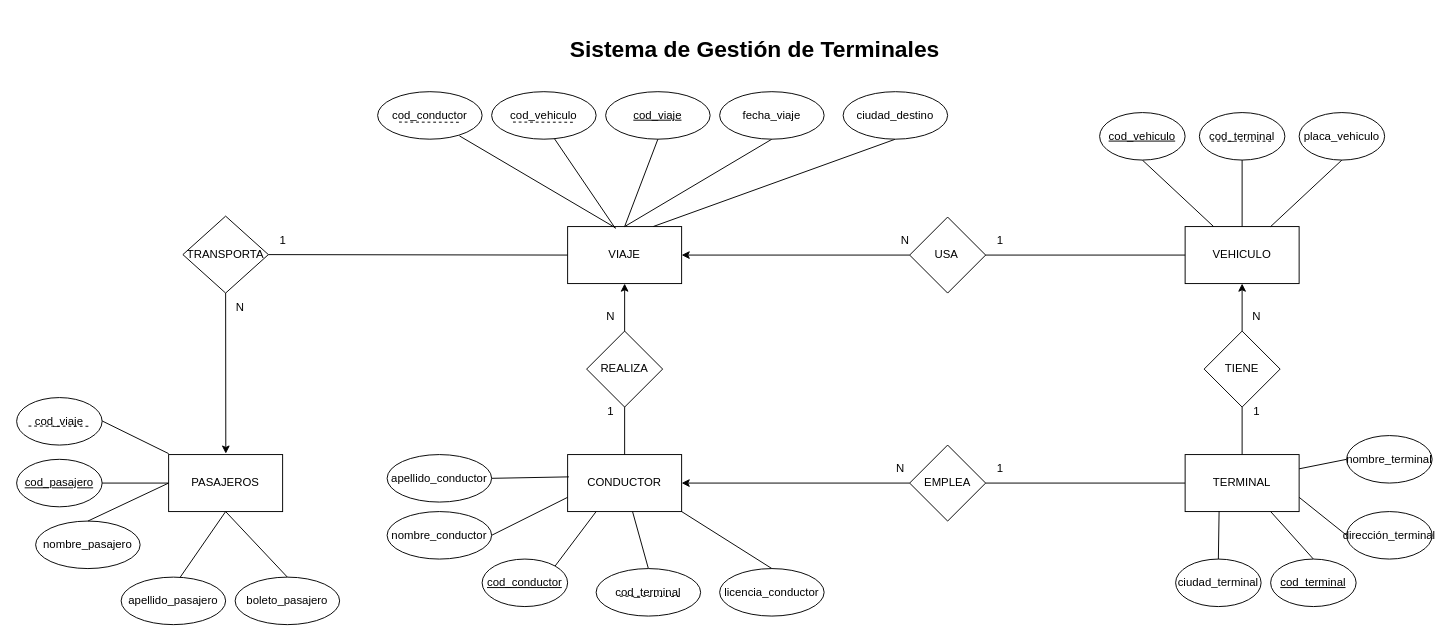
Above: MER.drawio in Vladimirjon/Proyecto_BDD (draw.io), before the change. Source tidied: cells renumbered, new cells numbered last; positions are measured from the earlier drawing's top-left corner, leaving out a move shared by most shapes. Both pictures are drawn from the tidied source at 95%, with x=0, y=0 at pixel (16, 16).
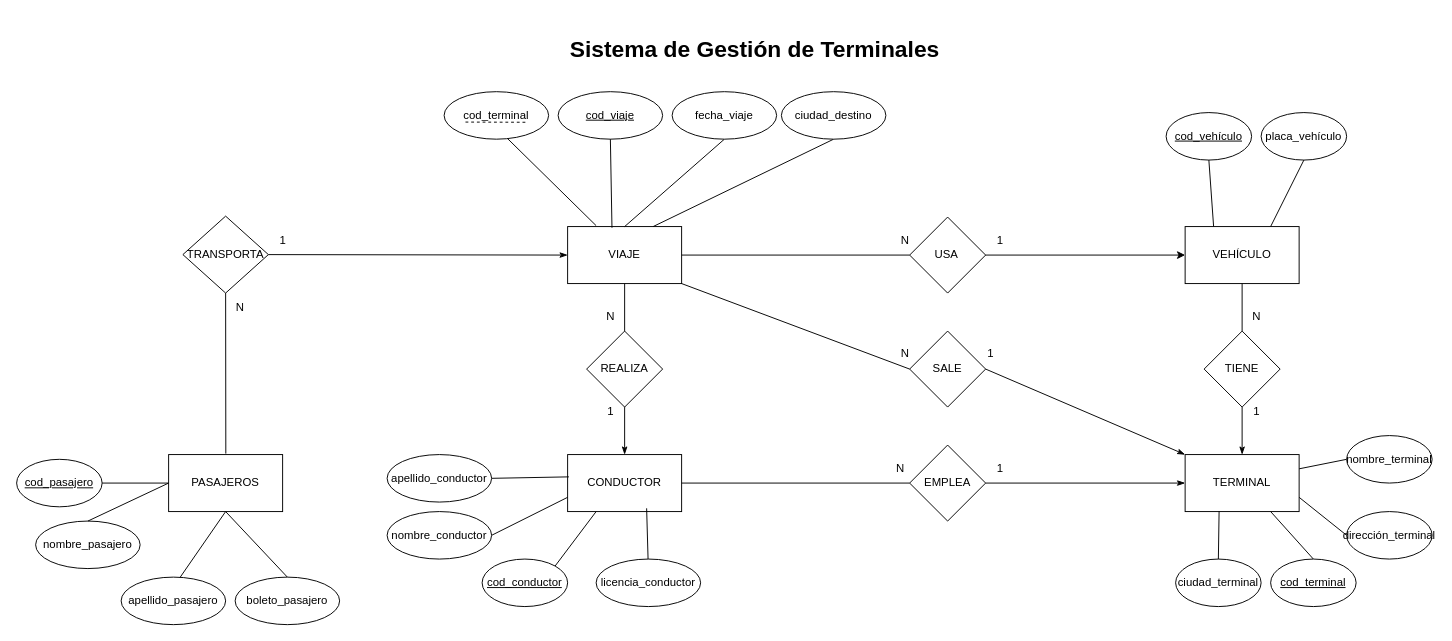
Above is the later version.

Commit message (it also covers changes not shown here):
Correcíon Modelo E-R y grafo.

Unchanged cells that the change refers to:
```xml
<mxCell id="6" value="TERMINAL" style="rounded=0;whiteSpace=wrap;html=1;" parent="1" vertex="1">
  <mxGeometry x="1230" y="461" width="120" height="60" as="geometry" />
</mxCell>
<mxCell id="7" value="CONDUCTOR" style="rounded=0;whiteSpace=wrap;html=1;" parent="1" vertex="1">
  <mxGeometry x="580" y="461" width="120" height="60" as="geometry" />
</mxCell>
<mxCell id="8" value="VIAJE" style="rounded=0;whiteSpace=wrap;html=1;" parent="1" vertex="1">
  <mxGeometry x="580" y="221" width="120" height="60" as="geometry" />
</mxCell>
<mxCell id="41" value="TIENE" style="rhombus;whiteSpace=wrap;html=1;" parent="1" vertex="1">
  <mxGeometry x="1250" y="331" width="80" height="80" as="geometry" />
</mxCell>
<mxCell id="43" value="EMPLEA" style="rhombus;whiteSpace=wrap;html=1;" parent="1" vertex="1">
  <mxGeometry x="940" y="451" width="80" height="80" as="geometry" />
</mxCell>
<mxCell id="46" value="REALIZA" style="rhombus;whiteSpace=wrap;html=1;" parent="1" vertex="1">
  <mxGeometry x="600" y="331" width="80" height="80" as="geometry" />
</mxCell>
<mxCell id="49" value="USA&lt;span style=&quot;white-space: pre;&quot;&gt;&#9;&lt;/span&gt;" style="rhombus;whiteSpace=wrap;html=1;" parent="1" vertex="1">
  <mxGeometry x="940" y="211" width="80" height="80" as="geometry" />
</mxCell>
<mxCell id="67" value="TRANSPORTA" style="rhombus;whiteSpace=wrap;html=1;" parent="1" vertex="1">
  <mxGeometry x="175" y="210" width="90" height="81" as="geometry" />
</mxCell>
```

What changed in the source:
```diff
@@
-    <mxCell id="3" value="VEHICULO" style="rounded=0;whiteSpace=wrap;html=1;" parent="1" vertex="1">
+    <mxCell id="3" value="VEHÍCULO" style="rounded=0;whiteSpace=wrap;html=1;" parent="1" vertex="1">
       <mxGeometry x="1230" y="221" width="120" height="60" as="geometry" />
     </mxCell>
-    <mxCell id="4" style="edgeStyle=none;html=1;exitX=0.5;exitY=0;exitDx=0;exitDy=0;entryX=0.5;entryY=1;entryDx=0;entryDy=0;endArrow=none;endFill=0;" parent="1" edge="1" source="6" target="41">
+    <mxCell id="4" style="edgeStyle=none;html=1;exitX=0.5;exitY=0;exitDx=0;exitDy=0;entryX=0.5;entryY=1;entryDx=0;entryDy=0;endArrow=none;endFill=0;startArrow=classicThin;startFill=1;" parent="1" edge="1" source="6" target="41">
       <mxGeometry relative="1" as="geometry" />
     </mxCell>
-    <mxCell id="5" style="edgeStyle=none;html=1;exitX=0;exitY=0.5;exitDx=0;exitDy=0;entryX=1;entryY=0.5;entryDx=0;entryDy=0;endArrow=none;endFill=0;" parent="1" edge="1" source="6" target="43">
+    <mxCell id="5" style="edgeStyle=none;html=1;exitX=0;exitY=0.5;exitDx=0;exitDy=0;entryX=1;entryY=0.5;entryDx=0;entryDy=0;endArrow=none;endFill=0;startArrow=classicThin;startFill=1;" parent="1" edge="1" source="6" target="43">
       <mxGeometry relative="1" as="geometry" />
     </mxCell>
+    <mxCell id="82" style="edgeStyle=none;html=1;exitX=0;exitY=0;exitDx=0;exitDy=0;entryX=1;entryY=0.5;entryDx=0;entryDy=0;endArrow=none;endFill=0;startArrow=classicThin;startFill=1;" parent="1" edge="1" source="6" target="84">
+      <mxGeometry relative="1" as="geometry" />
+    </mxCell>
@@
-    <mxCell id="17" value="&lt;u&gt;cod_vehiculo&lt;/u&gt;" style="ellipse;whiteSpace=wrap;html=1;" parent="1" vertex="1">
-      <mxGeometry x="1140" y="101" width="90" height="50" as="geometry" />
+    <mxCell id="17" value="&lt;u&gt;cod_vehículo&lt;/u&gt;" style="ellipse;whiteSpace=wrap;html=1;" parent="1" vertex="1">
+      <mxGeometry x="1210" y="101" width="90" height="50" as="geometry" />
     </mxCell>
@@
-    <mxCell id="19" value="placa_vehiculo" style="ellipse;whiteSpace=wrap;html=1;" parent="1" vertex="1">
-      <mxGeometry x="1350" y="101" width="90" height="50" as="geometry" />
+    <mxCell id="19" value="placa_vehículo" style="ellipse;whiteSpace=wrap;html=1;" parent="1" vertex="1">
+      <mxGeometry x="1310" y="101" width="90" height="50" as="geometry" />
     </mxCell>
-    <mxCell id="20" style="edgeStyle=none;html=1;exitX=0.5;exitY=1;exitDx=0;exitDy=0;entryX=0.5;entryY=0;entryDx=0;entryDy=0;endArrow=none;endFill=0;" parent="1" edge="1" source="21" target="3">
-      <mxGeometry relative="1" as="geometry" />
-    </mxCell>
-    <mxCell id="21" value="&lt;div&gt;&lt;span style=&quot;background-color: transparent;&quot;&gt;cod_terminal&lt;/span&gt;&lt;/div&gt;" style="ellipse;whiteSpace=wrap;html=1;" parent="1" vertex="1">
-      <mxGeometry x="1245" y="101" width="90" height="50" as="geometry" />
-    </mxCell>
@@
-    <mxCell id="28" style="edgeStyle=none;html=1;exitX=0.5;exitY=0;exitDx=0;exitDy=0;entryX=1;entryY=1;entryDx=0;entryDy=0;endArrow=none;endFill=0;" parent="1" edge="1" source="29" target="7">
-      <mxGeometry relative="1" as="geometry" />
-    </mxCell>
     <mxCell id="29" value="licencia_conductor" style="ellipse;whiteSpace=wrap;html=1;" parent="1" vertex="1">
-      <mxGeometry x="740" y="581" width="110" height="50" as="geometry" />
+      <mxGeometry x="610" y="571" width="110" height="50" as="geometry" />
     </mxCell>
-    <mxCell id="30" style="edgeStyle=none;html=1;exitX=0.5;exitY=0;exitDx=0;exitDy=0;endArrow=none;endFill=0;" parent="1" edge="1" source="31" target="7">
-      <mxGeometry relative="1" as="geometry" />
-    </mxCell>
-    <mxCell id="31" value="cod_terminal" style="ellipse;whiteSpace=wrap;html=1;" parent="1" vertex="1">
-      <mxGeometry x="610" y="581" width="110" height="50" as="geometry" />
-    </mxCell>
@@
     <mxCell id="33" value="fecha_viaje" style="ellipse;whiteSpace=wrap;html=1;" parent="1" vertex="1">
-      <mxGeometry x="740" y="79" width="110" height="50" as="geometry" />
+      <mxGeometry x="690" y="79" width="110" height="50" as="geometry" />
     </mxCell>
@@
     <mxCell id="35" value="ciudad_destino" style="ellipse;whiteSpace=wrap;html=1;" parent="1" vertex="1">
-      <mxGeometry x="870" y="79" width="110" height="50" as="geometry" />
+      <mxGeometry x="805" y="79" width="110" height="50" as="geometry" />
     </mxCell>
-    <mxCell id="36" style="edgeStyle=none;html=1;exitX=0.588;exitY=0.947;exitDx=0;exitDy=0;endArrow=none;endFill=0;exitPerimeter=0;entryX=0.419;entryY=0.033;entryDx=0;entryDy=0;entryPerimeter=0;" parent="1" edge="1" source="37" target="8">
-      <mxGeometry relative="1" as="geometry" />
+    <mxCell id="36" style="edgeStyle=none;html=1;exitX=0.588;exitY=0.947;exitDx=0;exitDy=0;endArrow=none;endFill=0;exitPerimeter=0;" parent="1" edge="1" source="37">
+      <mxGeometry relative="1" as="geometry">
+        <mxPoint x="610" y="220" as="targetPoint" />
+      </mxGeometry>
     </mxCell>
-    <mxCell id="37" value="cod_vehiculo" style="ellipse;whiteSpace=wrap;html=1;" parent="1" vertex="1">
-      <mxGeometry x="500" y="79" width="110" height="50" as="geometry" />
+    <mxCell id="37" value="cod_terminal" style="ellipse;whiteSpace=wrap;html=1;" parent="1" vertex="1">
+      <mxGeometry x="450" y="79" width="110" height="50" as="geometry" />
     </mxCell>
-    <mxCell id="38" style="edgeStyle=none;html=1;exitX=0.783;exitY=0.931;exitDx=0;exitDy=0;entryX=0.421;entryY=0.023;entryDx=0;entryDy=0;endArrow=none;endFill=0;entryPerimeter=0;exitPerimeter=0;" parent="1" edge="1" source="39" target="8">
-      <mxGeometry relative="1" as="geometry" />
-    </mxCell>
-    <mxCell id="39" value="cod_conductor" style="ellipse;whiteSpace=wrap;html=1;" parent="1" vertex="1">
-      <mxGeometry x="380" y="79" width="110" height="50" as="geometry" />
-    </mxCell>
-    <mxCell id="40" style="edgeStyle=none;html=1;exitX=0.5;exitY=0;exitDx=0;exitDy=0;entryX=0.5;entryY=1;entryDx=0;entryDy=0;" parent="1" edge="1" source="41" target="3">
+    <mxCell id="40" style="edgeStyle=none;html=1;exitX=0.5;exitY=0;exitDx=0;exitDy=0;entryX=0.5;entryY=1;entryDx=0;entryDy=0;endArrow=none;endFill=0;" parent="1" edge="1" source="41" target="3">
       <mxGeometry relative="1" as="geometry" />
     </mxCell>
@@
-    <mxCell id="42" style="edgeStyle=none;html=1;exitX=0;exitY=0.5;exitDx=0;exitDy=0;" parent="1" edge="1" source="43" target="7">
+    <mxCell id="42" style="edgeStyle=none;html=1;exitX=0;exitY=0.5;exitDx=0;exitDy=0;endArrow=none;endFill=0;" parent="1" edge="1" source="43" target="7">
       <mxGeometry relative="1" as="geometry" />
     </mxCell>
@@
-    <mxCell id="44" style="edgeStyle=none;html=1;exitX=0.5;exitY=1;exitDx=0;exitDy=0;entryX=0.5;entryY=0;entryDx=0;entryDy=0;endArrow=none;endFill=0;" parent="1" edge="1" source="46" target="7">
+    <mxCell id="44" style="edgeStyle=none;html=1;exitX=0.5;exitY=1;exitDx=0;exitDy=0;entryX=0.5;entryY=0;entryDx=0;entryDy=0;endArrow=classicThin;endFill=1;startArrow=none;startFill=0;" parent="1" edge="1" source="46" target="7">
       <mxGeometry relative="1" as="geometry" />
     </mxCell>
-    <mxCell id="45" style="edgeStyle=none;html=1;exitX=0.5;exitY=0;exitDx=0;exitDy=0;entryX=0.5;entryY=1;entryDx=0;entryDy=0;" parent="1" edge="1" source="46" target="8">
+    <mxCell id="45" style="edgeStyle=none;html=1;exitX=0.5;exitY=0;exitDx=0;exitDy=0;entryX=0.5;entryY=1;entryDx=0;entryDy=0;endArrow=none;endFill=0;" parent="1" edge="1" source="46" target="8">
       <mxGeometry relative="1" as="geometry" />
     </mxCell>
@@
-    <mxCell id="47" style="edgeStyle=none;html=1;exitX=1;exitY=0.5;exitDx=0;exitDy=0;entryX=0;entryY=0.5;entryDx=0;entryDy=0;endArrow=none;endFill=0;" parent="1" edge="1" source="49" target="3">
+    <mxCell id="47" style="edgeStyle=none;html=1;exitX=1;exitY=0.5;exitDx=0;exitDy=0;entryX=0;entryY=0.5;entryDx=0;entryDy=0;endArrow=classic;endFill=1;" parent="1" edge="1" source="49" target="3">
       <mxGeometry relative="1" as="geometry" />
     </mxCell>
-    <mxCell id="48" style="edgeStyle=none;html=1;exitX=0;exitY=0.5;exitDx=0;exitDy=0;entryX=1;entryY=0.5;entryDx=0;entryDy=0;" parent="1" edge="1" source="49" target="8">
+    <mxCell id="48" style="edgeStyle=none;html=1;exitX=0;exitY=0.5;exitDx=0;exitDy=0;entryX=1;entryY=0.5;entryDx=0;entryDy=0;endArrow=none;endFill=0;" parent="1" edge="1" source="49" target="8">
       <mxGeometry relative="1" as="geometry" />
     </mxCell>
@@
     <mxCell id="51" value="&lt;u&gt;cod_viaje&lt;/u&gt;" style="ellipse;whiteSpace=wrap;html=1;" parent="1" vertex="1">
-      <mxGeometry x="620" y="79" width="110" height="50" as="geometry" />
+      <mxGeometry x="570" y="79" width="110" height="50" as="geometry" />
     </mxCell>
-    <mxCell id="52" style="edgeStyle=none;html=1;exitX=0.5;exitY=1;exitDx=0;exitDy=0;entryX=0.5;entryY=0;entryDx=0;entryDy=0;endArrow=none;endFill=0;" parent="1" edge="1" source="51" target="8">
+    <mxCell id="52" style="edgeStyle=none;html=1;exitX=0.5;exitY=1;exitDx=0;exitDy=0;endArrow=none;endFill=0;entryX=0.389;entryY=0.021;entryDx=0;entryDy=0;entryPerimeter=0;" parent="1" edge="1" source="51" target="8">
       <mxGeometry relative="1" as="geometry" />
     </mxCell>
@@
-    <mxCell id="61" style="endArrow=none;dashed=1;html=1;jumpSize=1;" parent="1" edge="1">
-      <mxGeometry relative="1" as="geometry">
-        <mxPoint x="1257.5" y="131" as="sourcePoint" />
-        <mxPoint x="1322.5" y="131.2" as="targetPoint" />
-      </mxGeometry>
-    </mxCell>
-    <mxCell id="62" style="endArrow=none;dashed=1;html=1;jumpSize=1;" parent="1" edge="1">
-      <mxGeometry relative="1" as="geometry">
-        <mxPoint x="635" y="610.1" as="sourcePoint" />
-        <mxPoint x="700" y="610.4" as="targetPoint" />
-      </mxGeometry>
-    </mxCell>
     <mxCell id="63" style="endArrow=none;dashed=1;html=1;jumpSize=1;" parent="1" edge="1">
       <mxGeometry relative="1" as="geometry">
-        <mxPoint x="522.5" y="111" as="sourcePoint" />
-        <mxPoint x="587.5" y="111.2" as="targetPoint" />
+        <mxPoint x="472.5" y="111" as="sourcePoint" />
+        <mxPoint x="537.5" y="111.2" as="targetPoint" />
       </mxGeometry>
     </mxCell>
-    <mxCell id="64" style="endArrow=none;dashed=1;html=1;jumpSize=1;" parent="1" edge="1">
-      <mxGeometry relative="1" as="geometry">
-        <mxPoint x="402.5" y="111" as="sourcePoint" />
-        <mxPoint x="467.5" y="111.2" as="targetPoint" />
-      </mxGeometry>
-    </mxCell>
@@
-    <mxCell id="66" style="edgeStyle=none;html=1;exitX=0.5;exitY=1;exitDx=0;exitDy=0;" parent="1" edge="1" source="67">
+    <mxCell id="66" style="edgeStyle=none;html=1;exitX=0.5;exitY=1;exitDx=0;exitDy=0;endArrow=none;endFill=0;" parent="1" edge="1" source="67">
       <mxGeometry relative="1" as="geometry">
         <mxPoint x="220.2" y="460" as="targetPoint" />
       </mxGeometry>
     </mxCell>
@@
-    <mxCell id="68" style="edgeStyle=none;html=1;exitX=0;exitY=0.5;exitDx=0;exitDy=0;entryX=1;entryY=0.5;entryDx=0;entryDy=0;endArrow=none;endFill=0;" parent="1" edge="1" source="8" target="67">
+    <mxCell id="68" style="edgeStyle=none;html=1;exitX=0;exitY=0.5;exitDx=0;exitDy=0;entryX=1;entryY=0.5;entryDx=0;entryDy=0;endArrow=none;endFill=0;startArrow=classicThin;startFill=1;" parent="1" edge="1" source="8" target="67">
       <mxGeometry relative="1" as="geometry" />
     </mxCell>
@@
-    <mxCell id="79" value="cod_viaje" style="ellipse;whiteSpace=wrap;html=1;" parent="1" vertex="1">
-      <mxGeometry y="401" width="90" height="50" as="geometry" />
-    </mxCell>
-    <mxCell id="80" style="edgeStyle=none;html=1;exitX=1;exitY=0.5;exitDx=0;exitDy=0;endArrow=none;endFill=0;" parent="1" edge="1">
-      <mxGeometry relative="1" as="geometry">
-        <mxPoint x="90" y="425.6" as="sourcePoint" />
-        <mxPoint x="160" y="460" as="targetPoint" />
-      </mxGeometry>
-    </mxCell>
-    <mxCell id="81" style="endArrow=none;dashed=1;html=1;jumpSize=1;" parent="1" edge="1">
-      <mxGeometry relative="1" as="geometry">
-        <mxPoint x="12.5" y="431" as="sourcePoint" />
-        <mxPoint x="77.5" y="431.2" as="targetPoint" />
-      </mxGeometry>
-    </mxCell>
+    <mxCell id="28" style="edgeStyle=none;html=1;entryX=0.693;entryY=0.943;entryDx=0;entryDy=0;entryPerimeter=0;endArrow=none;endFill=0;" parent="1" edge="1" source="29" target="7">
+      <mxGeometry relative="1" as="geometry" />
+    </mxCell>
+    <mxCell id="83" style="edgeStyle=none;html=1;exitX=0;exitY=0.5;exitDx=0;exitDy=0;entryX=1;entryY=1;entryDx=0;entryDy=0;endArrow=none;endFill=0;" parent="1" edge="1" source="84" target="8">
+      <mxGeometry relative="1" as="geometry" />
+    </mxCell>
+    <mxCell id="84" value="SALE" style="rhombus;whiteSpace=wrap;html=1;" parent="1" vertex="1">
+      <mxGeometry x="940" y="331" width="80" height="80" as="geometry" />
+    </mxCell>
+    <mxCell id="85" value="1" style="text;html=1;align=center;verticalAlign=middle;strokeColor=none;fillColor=none;" parent="1" vertex="1">
+      <mxGeometry x="1010" y="340" width="30" height="30" as="geometry" />
+    </mxCell>
+    <mxCell id="86" value="N" style="text;html=1;align=center;verticalAlign=middle;strokeColor=none;fillColor=none;" parent="1" vertex="1">
+      <mxGeometry x="920" y="340" width="30" height="30" as="geometry" />
+    </mxCell>
```
